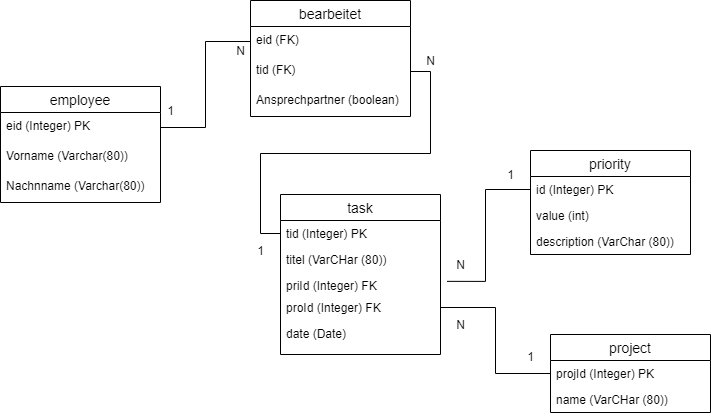
jtuttas/FIAE_LF9 keeps this draw.io diagram as Doku/Relationsschemata.png. Above is the earlier version. Source tidied: cells renumbered, new cells last; positions are measured from the earlier drawing's top-left corner, leaving out a move shared by most shapes.
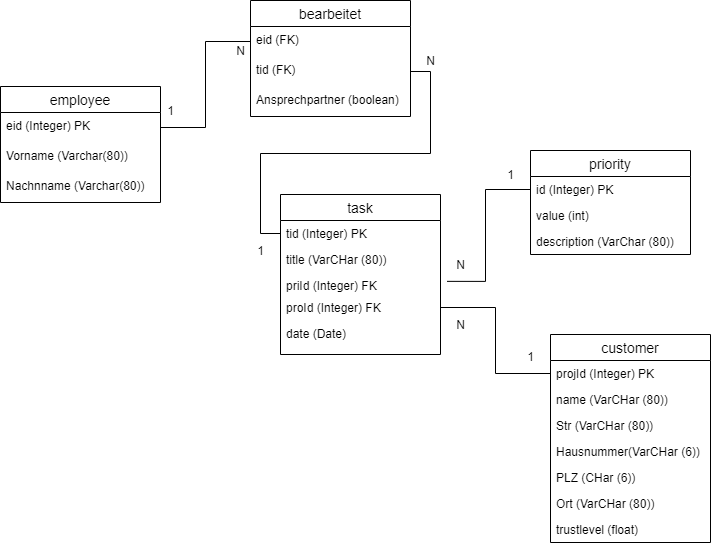
Above is the later version.

Commit message:
customer mit mehr attributen

What changed in the source:
```diff
@@ -32,14 +32,14 @@
     <mxCell id="11" value="tid (Integer) PK" style="text;strokeColor=none;fillColor=none;spacingLeft=4;spacingRight=4;overflow=hidden;points=[[0,0.5],[1,0.5]];portConstraint=eastwest;fontSize=12;" parent="10" vertex="1">
       <mxGeometry y="26" width="160" height="26" as="geometry" />
     </mxCell>
-    <mxCell id="12" value="titel (VarCHar (80))" style="text;strokeColor=none;fillColor=none;spacingLeft=4;spacingRight=4;overflow=hidden;fontSize=12;" parent="10" vertex="1">
+    <mxCell id="12" value="title (VarCHar (80))" style="text;strokeColor=none;fillColor=none;spacingLeft=4;spacingRight=4;overflow=hidden;fontSize=12;" parent="10" vertex="1">
       <mxGeometry y="52" width="160" height="26" as="geometry" />
     </mxCell>
     <mxCell id="13" value="priId (Integer) FK" style="text;strokeColor=none;fillColor=none;spacingLeft=4;spacingRight=4;overflow=hidden;points=[[0,0.5],[1,0.5]];portConstraint=eastwest;fontSize=12;" parent="10" vertex="1">
       <mxGeometry y="78" width="160" height="82" as="geometry" />
     </mxCell>
-    <mxCell id="14" value="project" style="swimlane;fontStyle=0;horizontal=1;startSize=26;align=center;fontSize=14;" parent="1" vertex="1">
-      <mxGeometry x="550" y="334" width="160" height="78" as="geometry" />
+    <mxCell id="14" value="customer" style="swimlane;fontStyle=0;horizontal=1;startSize=26;align=center;fontSize=14;" parent="1" vertex="1">
+      <mxGeometry x="550" y="334" width="160" height="208" as="geometry" />
     </mxCell>
     <mxCell id="15" value="projId (Integer) PK" style="text;strokeColor=none;fillColor=none;spacingLeft=4;spacingRight=4;overflow=hidden;points=[[0,0.5],[1,0.5]];portConstraint=eastwest;fontSize=12;" parent="14" vertex="1">
       <mxGeometry y="26" width="160" height="26" as="geometry" />
@@ -47,6 +47,21 @@
     <mxCell id="16" value="name (VarCHar (80))" style="text;strokeColor=none;fillColor=none;spacingLeft=4;spacingRight=4;overflow=hidden;fontSize=12;" parent="14" vertex="1">
       <mxGeometry y="52" width="160" height="26" as="geometry" />
     </mxCell>
+    <mxCell id="35" value="Str (VarCHar (80))" style="text;strokeColor=none;fillColor=none;spacingLeft=4;spacingRight=4;overflow=hidden;fontSize=12;" parent="14" vertex="1">
+      <mxGeometry y="78" width="160" height="26" as="geometry" />
+    </mxCell>
+    <mxCell id="36" value="Hausnummer(VarCHar (6))" style="text;strokeColor=none;fillColor=none;spacingLeft=4;spacingRight=4;overflow=hidden;fontSize=12;" parent="14" vertex="1">
+      <mxGeometry y="104" width="160" height="26" as="geometry" />
+    </mxCell>
+    <mxCell id="37" value="PLZ (CHar (6))" style="text;strokeColor=none;fillColor=none;spacingLeft=4;spacingRight=4;overflow=hidden;fontSize=12;" parent="14" vertex="1">
+      <mxGeometry y="130" width="160" height="26" as="geometry" />
+    </mxCell>
+    <mxCell id="38" value="Ort (VarCHar (80))" style="text;strokeColor=none;fillColor=none;spacingLeft=4;spacingRight=4;overflow=hidden;fontSize=12;" parent="14" vertex="1">
+      <mxGeometry y="156" width="160" height="26" as="geometry" />
+    </mxCell>
+    <mxCell id="39" value="trustlevel (float)" style="text;strokeColor=none;fillColor=none;spacingLeft=4;spacingRight=4;overflow=hidden;fontSize=12;" parent="14" vertex="1">
+      <mxGeometry y="182" width="160" height="26" as="geometry" />
+    </mxCell>
     <mxCell id="17" value="priority" style="swimlane;fontStyle=0;horizontal=1;startSize=26;align=center;fontSize=14;" parent="1" vertex="1">
       <mxGeometry x="530" y="150" width="160" height="104" as="geometry" />
     </mxCell>
```
